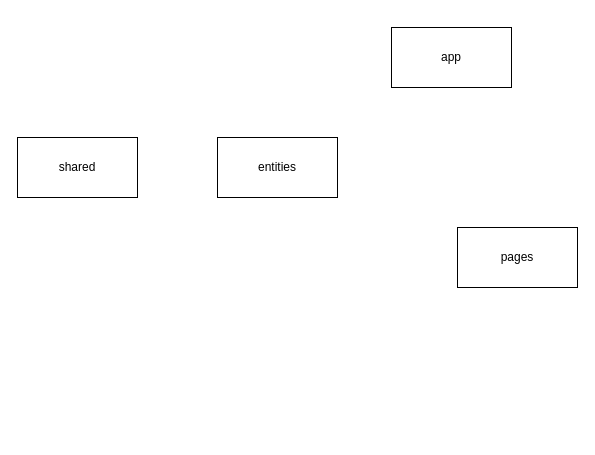
Above: archietecutre.drawio in kazuya-wata-nabe/vue-dashboard (draw.io), before the change. Source tidied: cells renumbered, new cells numbered last; positions are measured from the earlier drawing's top-left corner, leaving out a move shared by most shapes. Both pictures are drawn from the tidied source at 100%, with x=0, y=0 at pixel (17, 27).
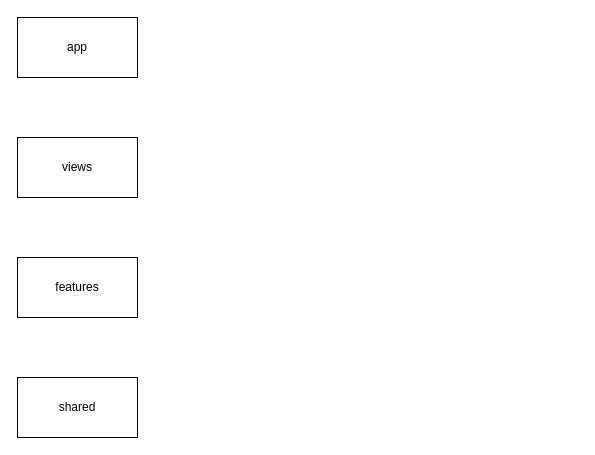
The same diagram, later.

Change to the diagram source:
```diff
@@
 <mxGraphModel>
   <root>
     <mxCell id="0" />
     <mxCell id="1" parent="0" />
     <mxCell id="2" value="shared" style="rounded=0;whiteSpace=wrap;html=1;" parent="1" vertex="1">
-      <mxGeometry y="110" width="120" height="60" as="geometry" />
+      <mxGeometry y="350" width="120" height="60" as="geometry" />
     </mxCell>
     <mxCell id="3" value="app" style="rounded=0;whiteSpace=wrap;html=1;" parent="1" vertex="1">
-      <mxGeometry x="374" width="120" height="60" as="geometry" />
+      <mxGeometry y="-10" width="120" height="60" as="geometry" />
     </mxCell>
-    <mxCell id="4" value="entities" style="rounded=0;whiteSpace=wrap;html=1;" parent="1" vertex="1">
-      <mxGeometry x="200" y="110" width="120" height="60" as="geometry" />
+    <mxCell id="4" value="views" style="rounded=0;whiteSpace=wrap;html=1;" parent="1" vertex="1">
+      <mxGeometry y="110" width="120" height="60" as="geometry" />
     </mxCell>
-    <mxCell id="5" value="pages" style="rounded=0;whiteSpace=wrap;html=1;" parent="1" vertex="1">
-      <mxGeometry x="440" y="200" width="120" height="60" as="geometry" />
+    <mxCell id="5" value="features" style="rounded=0;whiteSpace=wrap;html=1;" parent="1" vertex="1">
+      <mxGeometry y="230" width="120" height="60" as="geometry" />
     </mxCell>
   </root>
 </mxGraphModel>
```
